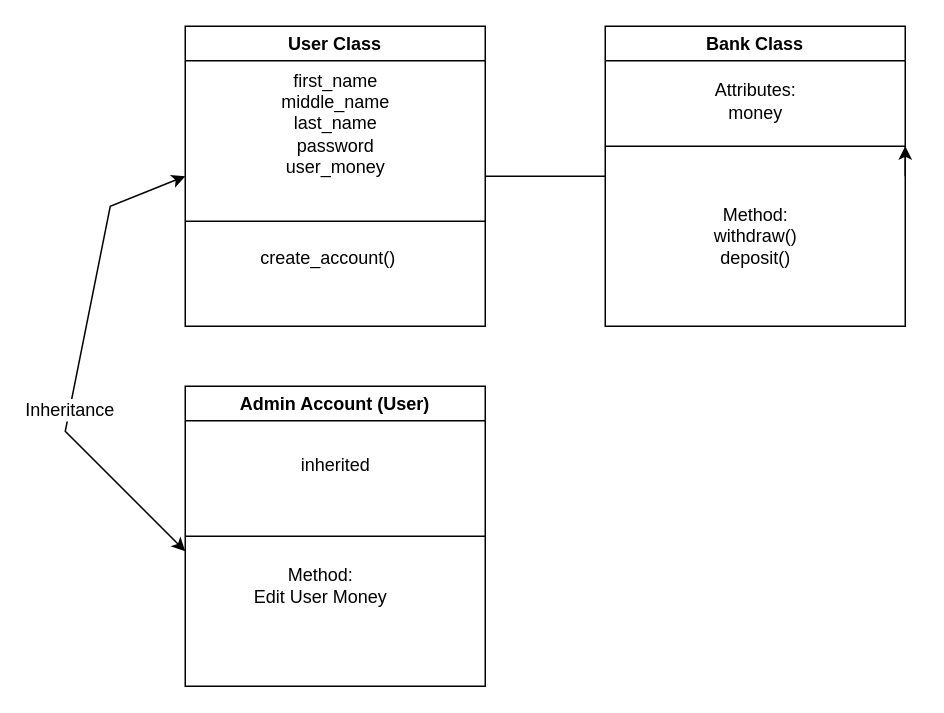
Earlier version of the draw.io diagram Bank.drawio.xml (L2530L/Bank_System). Source tidied: cells renumbered, new cells numbered last; positions are measured from the earlier drawing's top-left corner, leaving out a move shared by most shapes. Both pictures are drawn from the tidied source at 150%, with x=0, y=0 at pixel (64, 26).
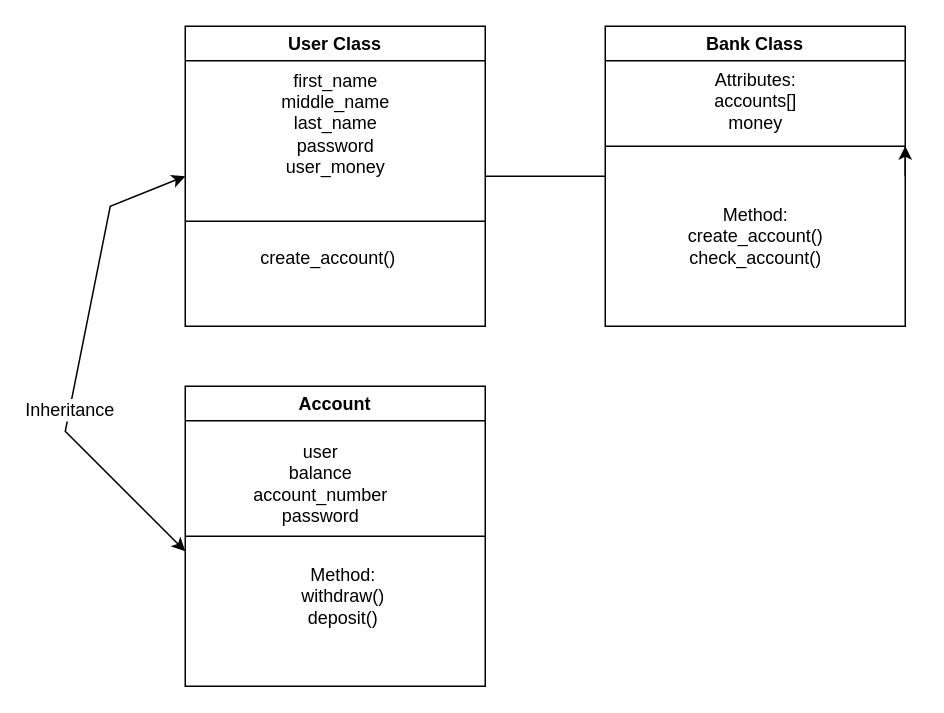
The same diagram, later.

Unchanged cells that the change refers to:
```xml
<mxCell id="6" value="Bank Class" style="swimlane;whiteSpace=wrap;html=1;" parent="1" vertex="1">
  <mxGeometry x="360" width="200" height="200" as="geometry" />
</mxCell>
```

Diff of the diagram source:
```diff
@@
-    <mxCell id="7" value="&lt;div&gt;Attributes:&lt;/div&gt;&lt;div&gt;money&lt;/div&gt;" style="text;html=1;align=center;verticalAlign=middle;strokeColor=none;fillColor=none;" parent="6" vertex="1">
-      <mxGeometry x="60" y="30" width="80" height="40" as="geometry" />
+    <mxCell id="7" value="&lt;div&gt;Attributes:&lt;/div&gt;&lt;div&gt;accounts[]&lt;/div&gt;&lt;div&gt;money&lt;/div&gt;" style="text;html=1;align=center;verticalAlign=middle;strokeColor=none;fillColor=none;" parent="6" vertex="1">
+      <mxGeometry x="60" y="20" width="80" height="60" as="geometry" />
     </mxCell>
-    <mxCell id="8" value="&lt;div&gt;&lt;span style=&quot;background-color: initial;&quot;&gt;Method:&lt;/span&gt;&lt;/div&gt;&lt;div&gt;withdraw()&lt;/div&gt;&lt;div&gt;deposit()&lt;/div&gt;" style="text;html=1;align=center;verticalAlign=middle;strokeColor=none;fillColor=none;" parent="6" vertex="1">
-      <mxGeometry x="60" y="110" width="80" height="60" as="geometry" />
+    <mxCell id="8" value="&lt;div&gt;&lt;span style=&quot;background-color: initial;&quot;&gt;Method:&lt;/span&gt;&lt;/div&gt;&lt;div&gt;&lt;span style=&quot;background-color: initial;&quot;&gt;create_account()&lt;/span&gt;&lt;/div&gt;&lt;div&gt;check_account()&lt;/div&gt;" style="text;html=1;align=center;verticalAlign=middle;strokeColor=none;fillColor=none;" parent="6" vertex="1">
+      <mxGeometry x="45" y="110" width="110" height="60" as="geometry" />
     </mxCell>
-    <mxCell id="9" value="Admin Account (User)" style="swimlane;whiteSpace=wrap;html=1;" parent="1" vertex="1">
+    <mxCell id="9" value="Account" style="swimlane;whiteSpace=wrap;html=1;" parent="1" vertex="1">
       <mxGeometry x="80" y="240" width="200" height="200" as="geometry" />
     </mxCell>
-    <mxCell id="10" value="inherited" style="text;html=1;align=center;verticalAlign=middle;strokeColor=none;fillColor=none;" parent="9" vertex="1">
-      <mxGeometry x="65" y="38" width="70" height="30" as="geometry" />
+    <mxCell id="10" value="user&lt;div&gt;balance&lt;/div&gt;&lt;div&gt;account_number&lt;/div&gt;&lt;div&gt;password&lt;/div&gt;" style="text;html=1;align=center;verticalAlign=middle;strokeColor=none;fillColor=none;" parent="9" vertex="1">
+      <mxGeometry x="35" y="30" width="110" height="70" as="geometry" />
     </mxCell>
+    <mxCell id="15" value="Method:&lt;div&gt;&lt;div&gt;withdraw()&lt;/div&gt;&lt;div&gt;deposit()&lt;/div&gt;&lt;/div&gt;" style="text;html=1;align=center;verticalAlign=middle;strokeColor=none;fillColor=none;" parent="9" vertex="1">
+      <mxGeometry x="65" y="110" width="80" height="60" as="geometry" />
+    </mxCell>
@@
-    <mxCell id="15" value="Method:&lt;div&gt;Edit User Money&lt;/div&gt;" style="text;html=1;align=center;verticalAlign=middle;strokeColor=none;fillColor=none;" parent="1" vertex="1">
-      <mxGeometry x="115" y="353" width="110" height="40" as="geometry" />
-    </mxCell>
```
